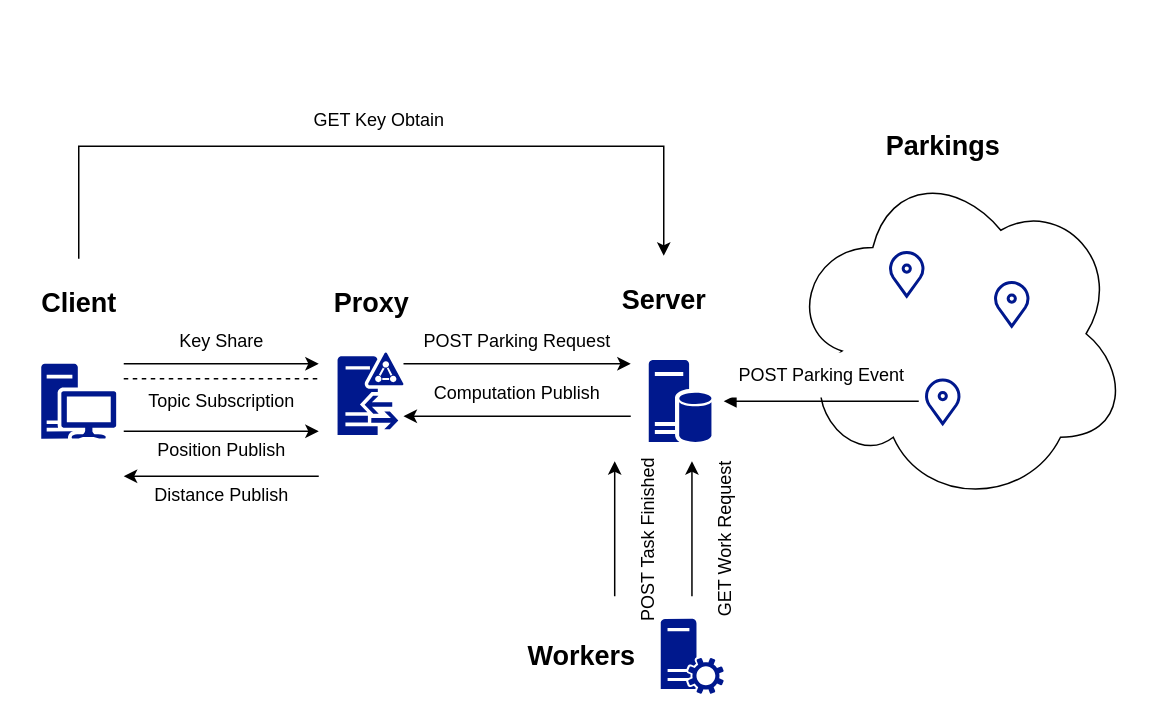
Diebbo/tesi-latex keeps this draw.io diagram as tesi/schemes/workflow.drawio. Above is the earlier version. Source tidied: cells renumbered, new cells numbered last; positions are measured from the earlier drawing's top-left corner, leaving out a move shared by most shapes. Both pictures are drawn from the tidied source at 150%, with x=0, y=0 at pixel (26, 98).
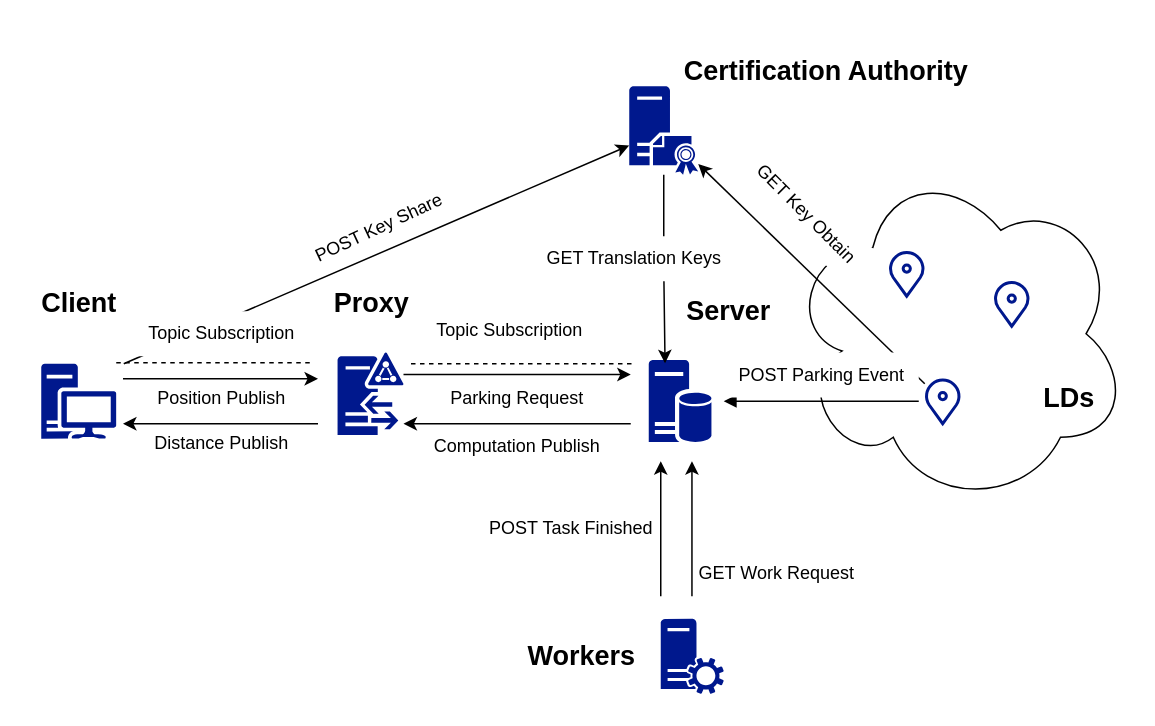
After the change.

Commit message:
new workflow scheme

The change refers to these unchanged cells:
```xml
<mxCell id="5" style="sketch=0;shadow=0;dashed=0;html=1;strokeColor=none;labelPosition=center;verticalLabelPosition=bottom;verticalAlign=top;align=center;fillColor=#00188D;shape=mxgraph.mscae.enterprise.database_server;" parent="1" vertex="1">
  <mxGeometry x="415" y="174.5" width="41.8" height="55" as="geometry" />
</mxCell>
<mxCell id="7" style="html=1;verticalLabelPosition=bottom;align=center;labelBackgroundColor=#ffffff;verticalAlign=top;strokeWidth=2;strokeColor=#00188D;shadow=0;dashed=0;shape=mxgraph.ios7.icons.location;" parent="1" vertex="1">
  <mxGeometry x="599" y="187" width="24" height="30" as="geometry" />
</mxCell>
<mxCell id="15" value="&lt;h2&gt;Client&lt;/h2&gt;" style="text;html=1;align=center;verticalAlign=middle;points=[];strokeColor=none;fillColor=none;" parent="1" vertex="1">
  <mxGeometry y="107" width="70" height="60" as="geometry" />
</mxCell>
```

Diff of the diagram source:
```diff
@@
     <mxCell id="3" style="edgeStyle=orthogonalEdgeStyle;rounded=0;orthogonalLoop=1;jettySize=auto;html=1;endArrow=none;startFill=0;dashed=1;" parent="1" edge="1">
       <mxGeometry relative="1" as="geometry">
-        <mxPoint x="65" y="187" as="sourcePoint" />
-        <mxPoint x="195" y="187" as="targetPoint" />
+        <mxPoint x="60" y="176.4" as="sourcePoint" />
+        <mxPoint x="190" y="176.4" as="targetPoint" />
       </mxGeometry>
     </mxCell>
@@
+    <mxCell id="35" style="rounded=0;jettySize=auto;html=1;" parent="1" edge="1" source="7" target="36">
+      <mxGeometry relative="1" as="geometry" />
+    </mxCell>
@@
-    <mxCell id="9" style="rounded=0;orthogonalLoop=1;jettySize=auto;html=1;jumpStyle=none;endArrow=none;startFill=1;flowAnimation=0;startArrow=classic;" parent="1" edge="1">
+    <mxCell id="9" style="rounded=0;jettySize=auto;html=1;jumpStyle=none;endArrow=none;startFill=1;flowAnimation=0;startArrow=classic;" parent="1" edge="1" source="36">
       <mxGeometry relative="1" as="geometry">
-        <mxPoint x="195" y="177" as="sourcePoint" />
         <mxPoint x="65" y="177" as="targetPoint" />
-        <Array as="points">
-          <mxPoint x="135" y="177" />
-        </Array>
       </mxGeometry>
     </mxCell>
     <mxCell id="10" style="rounded=0;orthogonalLoop=1;jettySize=auto;html=1;entryX=1.045;entryY=0.573;entryDx=0;entryDy=0;entryPerimeter=0;jumpStyle=none;endArrow=none;startFill=1;endFill=1;startArrow=classic;" parent="1" edge="1">
       <mxGeometry relative="1" as="geometry">
-        <mxPoint x="403" y="177" as="sourcePoint" />
-        <mxPoint x="251.5" y="177" as="targetPoint" />
+        <mxPoint x="403" y="184.2" as="sourcePoint" />
+        <mxPoint x="251.5" y="184.2" as="targetPoint" />
       </mxGeometry>
     </mxCell>
@@
-    <mxCell id="12" value="&lt;h2&gt;Parkings&lt;/h2&gt;" style="text;html=1;align=center;verticalAlign=middle;strokeColor=none;fillColor=none;" parent="1" vertex="1">
-      <mxGeometry x="561" y="2" width="100" height="60" as="geometry" />
+    <mxCell id="12" value="&lt;h2&gt;LDs&lt;/h2&gt;" style="text;html=1;align=center;verticalAlign=middle;strokeColor=none;fillColor=none;" parent="1" vertex="1">
+      <mxGeometry x="665" y="169.5" width="60" height="60" as="geometry" />
     </mxCell>
     <mxCell id="13" value="&lt;h2&gt;Server&lt;/h2&gt;" style="text;html=1;align=center;verticalAlign=middle;points=[];strokeColor=none;fillColor=none;" parent="1" vertex="1">
-      <mxGeometry x="385" y="105" width="80" height="60" as="geometry" />
+      <mxGeometry x="427.5" y="112" width="80" height="60" as="geometry" />
     </mxCell>
-    <mxCell id="14" style="edgeStyle=orthogonalEdgeStyle;rounded=0;jettySize=auto;html=1;" parent="1" edge="1" source="15" target="13">
-      <mxGeometry relative="1" as="geometry">
-        <Array as="points">
-          <mxPoint x="35" y="32" />
-          <mxPoint x="425" y="32" />
-        </Array>
-      </mxGeometry>
-    </mxCell>
@@
-    <mxCell id="20" value="&lt;div&gt;Key Share&lt;/div&gt;" style="text;html=1;align=center;verticalAlign=middle;strokeColor=none;fillColor=none;" parent="1" vertex="1">
-      <mxGeometry x="90" y="147" width="80" height="30" as="geometry" />
+    <mxCell id="20" value="&lt;div&gt;POST Key Share&lt;/div&gt;" style="text;html=1;align=center;verticalAlign=middle;strokeColor=none;fillColor=none;rotation=-25;" parent="1" vertex="1">
+      <mxGeometry x="179.5" y="72" width="110" height="30" as="geometry" />
     </mxCell>
-    <mxCell id="21" value="GET Key Obtain" style="text;html=1;align=center;verticalAlign=middle;strokeColor=none;fillColor=none;" parent="1" vertex="1">
-      <mxGeometry x="180" width="110" height="30" as="geometry" />
+    <mxCell id="21" value="GET Key Obtain" style="text;html=1;align=center;verticalAlign=middle;strokeColor=none;fillColor=default;rotation=45;" parent="1" vertex="1">
+      <mxGeometry x="465" y="62" width="110" height="30" as="geometry" />
     </mxCell>
-    <mxCell id="22" value="Topic Subscription" style="text;html=1;align=center;verticalAlign=middle;strokeColor=none;fillColor=none;" parent="1" vertex="1">
-      <mxGeometry x="70" y="187" width="120" height="30" as="geometry" />
+    <mxCell id="22" value="Topic Subscription" style="text;html=1;align=center;verticalAlign=middle;strokeColor=none;fillColor=default;" parent="1" vertex="1">
+      <mxGeometry x="70" y="142" width="120" height="30" as="geometry" />
     </mxCell>
     <mxCell id="23" value="&lt;div&gt;Position Publish&lt;/div&gt;" style="text;html=1;align=center;verticalAlign=middle;strokeColor=none;fillColor=none;" parent="1" vertex="1">
-      <mxGeometry x="75" y="220" width="110" height="30" as="geometry" />
+      <mxGeometry x="74.5" y="185" width="110" height="30" as="geometry" />
     </mxCell>
     <mxCell id="24" style="rounded=0;orthogonalLoop=1;jettySize=auto;html=1;jumpStyle=none;endArrow=none;startFill=1;flowAnimation=0;startArrow=classic;" parent="1" edge="1">
       <mxGeometry relative="1" as="geometry">
-        <mxPoint x="195" y="222" as="sourcePoint" />
-        <mxPoint x="65" y="222" as="targetPoint" />
+        <mxPoint x="194.5" y="187" as="sourcePoint" />
+        <mxPoint x="64.5" y="187" as="targetPoint" />
         <Array as="points">
-          <mxPoint x="135" y="222" />
+          <mxPoint x="134.5" y="187" />
         </Array>
       </mxGeometry>
     </mxCell>
     <mxCell id="25" style="rounded=0;orthogonalLoop=1;jettySize=auto;html=1;jumpStyle=none;endArrow=classic;startFill=0;flowAnimation=0;startArrow=none;endFill=1;" parent="1" edge="1">
       <mxGeometry relative="1" as="geometry">
-        <mxPoint x="195" y="252" as="sourcePoint" />
-        <mxPoint x="65" y="252" as="targetPoint" />
+        <mxPoint x="194.5" y="217" as="sourcePoint" />
+        <mxPoint x="64.5" y="217" as="targetPoint" />
         <Array as="points">
-          <mxPoint x="135" y="252" />
+          <mxPoint x="134.5" y="217" />
         </Array>
       </mxGeometry>
     </mxCell>
     <mxCell id="26" value="Distance Publish" style="text;html=1;align=center;verticalAlign=middle;strokeColor=none;fillColor=none;" parent="1" vertex="1">
-      <mxGeometry x="75" y="250" width="110" height="30" as="geometry" />
+      <mxGeometry x="74.5" y="215" width="110" height="30" as="geometry" />
     </mxCell>
-    <mxCell id="27" value="POST Parking Request" style="text;html=1;align=center;verticalAlign=middle;strokeColor=none;fillColor=none;" parent="1" vertex="1">
-      <mxGeometry x="251.5" y="147" width="150" height="30" as="geometry" />
+    <mxCell id="27" value="Parking Request" style="text;html=1;align=center;verticalAlign=middle;strokeColor=none;fillColor=none;" parent="1" vertex="1">
+      <mxGeometry x="271.5" y="184.5" width="110" height="30" as="geometry" />
     </mxCell>
-    <mxCell id="28" value="GET Work Request" style="text;html=1;align=center;verticalAlign=middle;strokeColor=none;fillColor=none;rotation=-90;" parent="1" vertex="1">
-      <mxGeometry x="401.5" y="280" width="130" height="30" as="geometry" />
+    <mxCell id="28" value="GET Work Request" style="text;html=1;align=center;verticalAlign=middle;strokeColor=none;fillColor=none;rotation=0;" parent="1" vertex="1">
+      <mxGeometry x="435" y="302" width="130" height="30" as="geometry" />
     </mxCell>
     <mxCell id="29" style="rounded=0;orthogonalLoop=1;jettySize=auto;html=1;jumpStyle=none;endArrow=none;startFill=1;endFill=1;startArrow=classic;" parent="1" edge="1">
       <mxGeometry relative="1" as="geometry">
-        <mxPoint x="392.3" y="242" as="sourcePoint" />
-        <mxPoint x="392.3" y="332" as="targetPoint" />
+        <mxPoint x="423" y="242" as="sourcePoint" />
+        <mxPoint x="423" y="332" as="targetPoint" />
       </mxGeometry>
     </mxCell>
-    <mxCell id="30" value="POST Task Finished" style="text;html=1;align=center;verticalAlign=middle;strokeColor=none;fillColor=none;rotation=-90;" parent="1" vertex="1">
-      <mxGeometry x="350" y="280" width="130" height="30" as="geometry" />
+    <mxCell id="30" value="POST Task Finished" style="text;html=1;align=center;verticalAlign=middle;strokeColor=none;fillColor=none;rotation=0;" parent="1" vertex="1">
+      <mxGeometry x="297.5" y="272" width="130" height="30" as="geometry" />
     </mxCell>
     <mxCell id="31" value="Computation Publish" style="text;html=1;align=center;verticalAlign=middle;strokeColor=none;fillColor=none;" parent="1" vertex="1">
-      <mxGeometry x="261.5" y="182" width="130" height="30" as="geometry" />
+      <mxGeometry x="261.5" y="217" width="130" height="30" as="geometry" />
     </mxCell>
     <mxCell id="32" style="rounded=0;orthogonalLoop=1;jettySize=auto;html=1;entryX=1.045;entryY=0.573;entryDx=0;entryDy=0;entryPerimeter=0;jumpStyle=none;endArrow=classic;startFill=0;endFill=1;startArrow=none;" parent="1" edge="1">
       <mxGeometry relative="1" as="geometry">
-        <mxPoint x="403" y="212" as="sourcePoint" />
-        <mxPoint x="251.5" y="212" as="targetPoint" />
+        <mxPoint x="403" y="217" as="sourcePoint" />
+        <mxPoint x="251.5" y="217" as="targetPoint" />
       </mxGeometry>
     </mxCell>
@@
+    <mxCell id="36" style="sketch=0;shadow=0;dashed=0;html=1;strokeColor=none;fillColor=#00188D;labelPosition=center;verticalLabelPosition=bottom;verticalAlign=top;outlineConnect=0;align=center;shape=mxgraph.office.servers.certificate_authority;" parent="1" vertex="1">
+      <mxGeometry x="402" y="-8" width="46" height="59" as="geometry" />
+    </mxCell>
+    <mxCell id="37" value="&lt;h2&gt;Certification Authority&lt;/h2&gt;" style="text;html=1;align=center;verticalAlign=middle;strokeColor=none;fillColor=none;" parent="1" vertex="1">
+      <mxGeometry x="427.5" y="-48" width="210" height="60" as="geometry" />
+    </mxCell>
+    <mxCell id="38" style="edgeStyle=orthogonalEdgeStyle;rounded=0;jettySize=auto;html=1;entryX=0.26;entryY=0.039;entryDx=0;entryDy=0;entryPerimeter=0;" parent="1" edge="1" source="36" target="5">
+      <mxGeometry relative="1" as="geometry" />
+    </mxCell>
+    <mxCell id="39" value="GET Translation Keys" style="text;html=1;align=center;verticalAlign=middle;strokeColor=none;fillColor=default;gradientColor=none;" parent="1" vertex="1">
+      <mxGeometry x="335" y="92" width="140" height="30" as="geometry" />
+    </mxCell>
+    <mxCell id="40" value="Topic Subscription" style="text;html=1;align=center;verticalAlign=middle;strokeColor=none;fillColor=default;" parent="1" vertex="1">
+      <mxGeometry x="261.5" y="139.5" width="120" height="30" as="geometry" />
+    </mxCell>
+    <mxCell id="41" style="edgeStyle=orthogonalEdgeStyle;rounded=0;orthogonalLoop=1;jettySize=auto;html=1;endArrow=none;startFill=0;dashed=1;" parent="1" edge="1">
+      <mxGeometry relative="1" as="geometry">
+        <mxPoint x="256.5" y="177" as="sourcePoint" />
+        <mxPoint x="405" y="177" as="targetPoint" />
+      </mxGeometry>
+    </mxCell>
```
